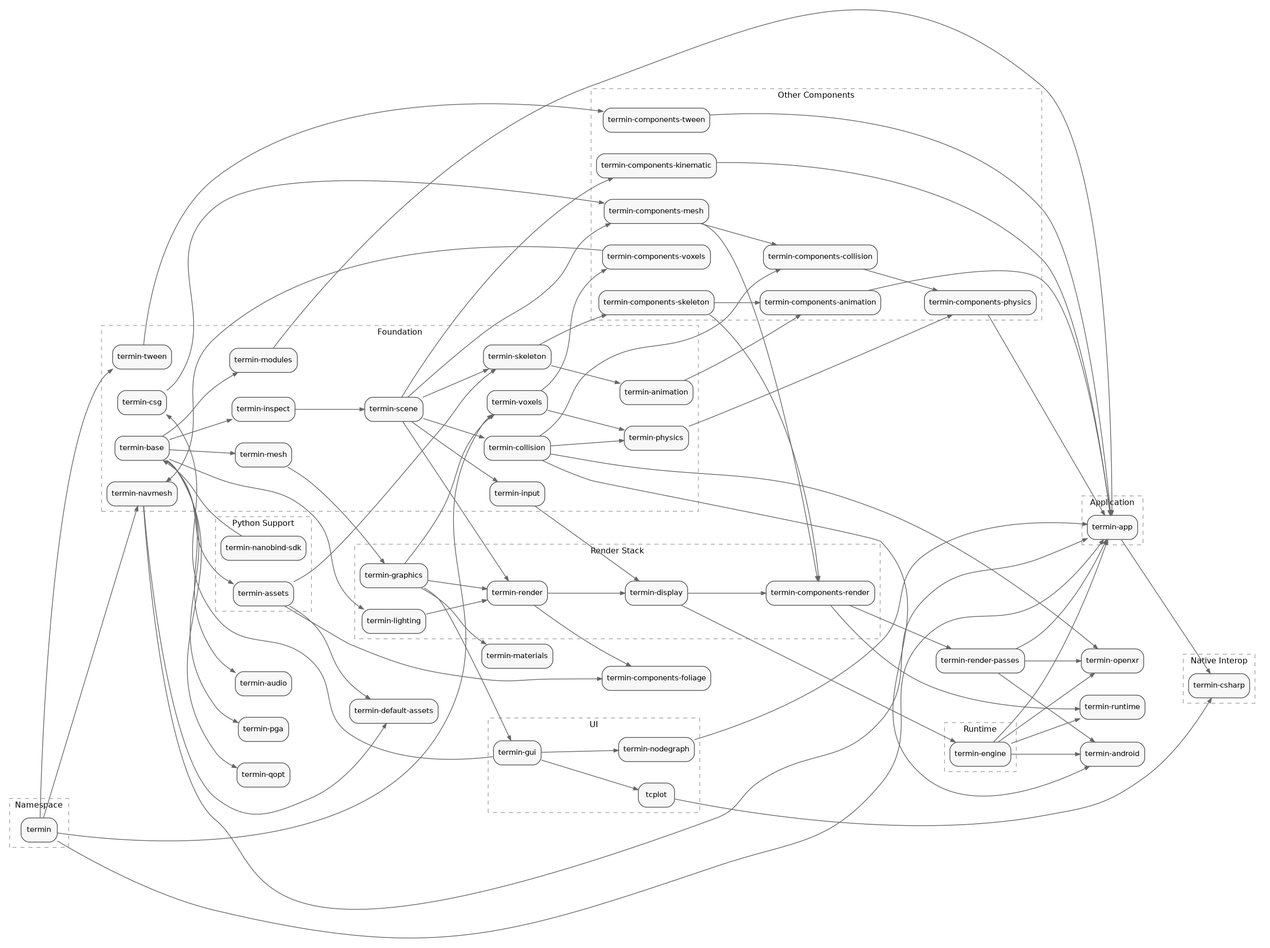
mirmik/termin keeps this Graphviz diagram as docs/library-dependencies.png. Above is the earlier version. Its source is kept beside it as docs/library-dependencies.dot.
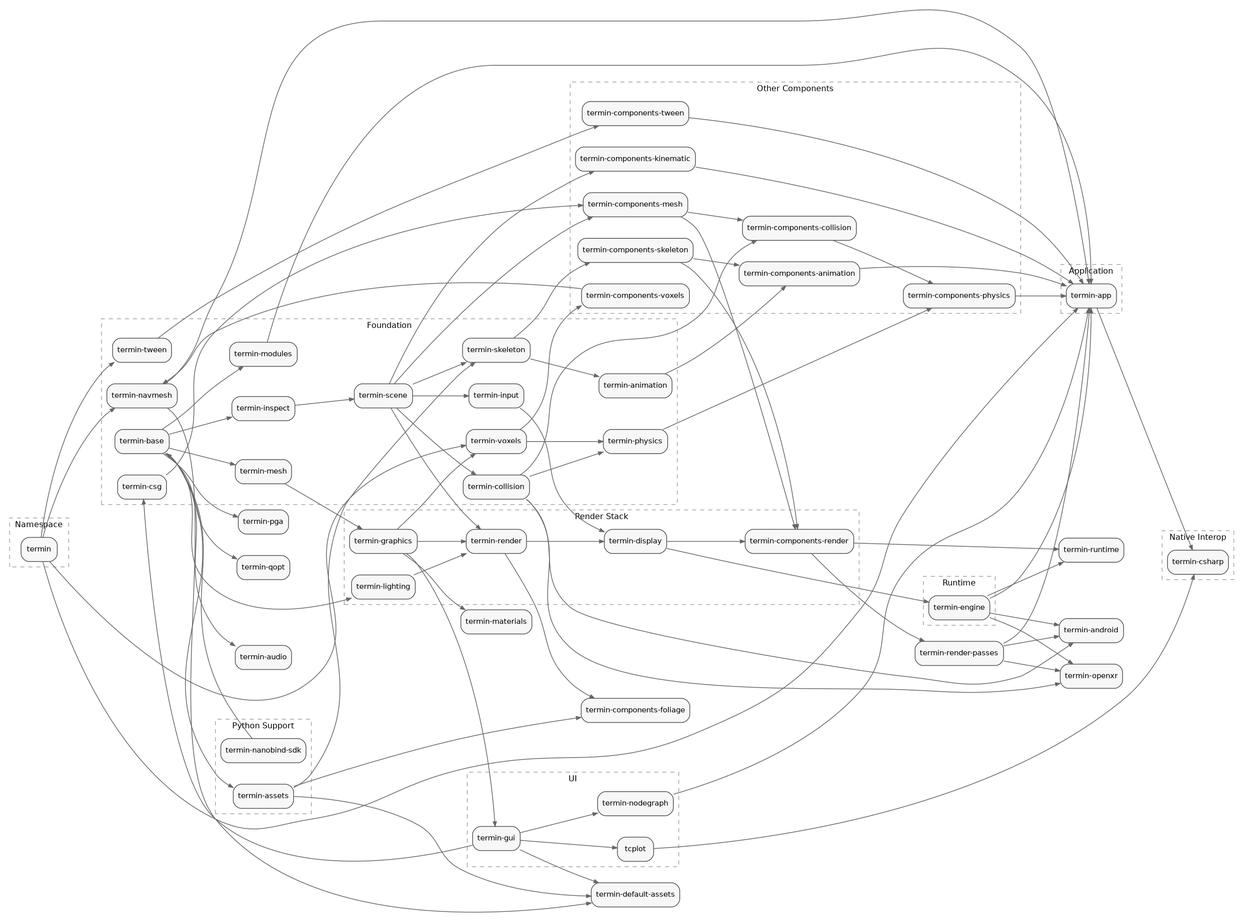
After the commit.

Diff of the diagram source:
```diff
@@ -194,6 +194,7 @@
 	"termin-graphics" -> "termin-voxels";
 	"termin-gui" -> "tcplot";
 	"termin-gui" -> "termin-csg";
+	"termin-gui" -> "termin-default-assets";
 	"termin-gui" -> "termin-nodegraph";
 	"termin-input" -> "termin-display";
 	"termin-inspect" -> "termin-scene";
```
